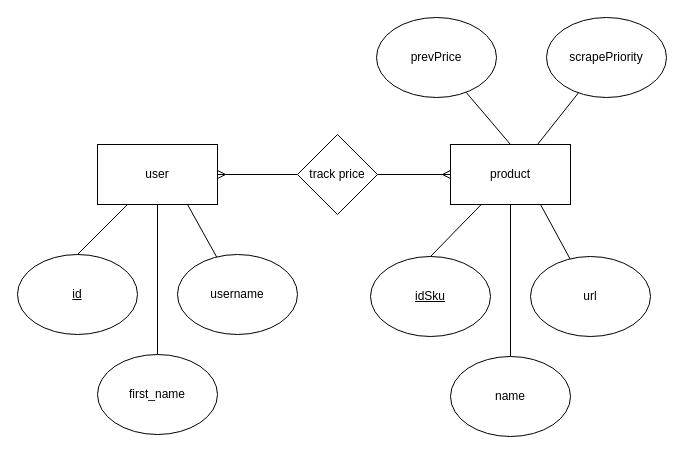
Above: daraz-bot/erd-.drawio in dinesh-58/draw.io-diagrams-storage (draw.io), before the change. Source tidied: cells renumbered, new cells numbered last; positions are measured from the earlier drawing's top-left corner, leaving out a move shared by most shapes. Both pictures are drawn from the tidied source at 100%, with x=0, y=0 at pixel (17, 17).
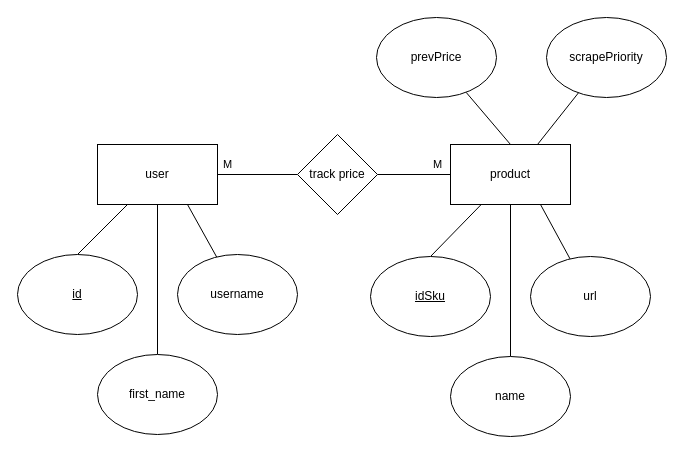
The same diagram, later.

Unchanged cells that the change refers to:
```xml
<mxCell id="3" value="user" style="rounded=0;whiteSpace=wrap;html=1;" parent="1" vertex="1">
  <mxGeometry x="80" y="127" width="120" height="60" as="geometry" />
</mxCell>
<mxCell id="10" value="&lt;div&gt;product&lt;/div&gt;" style="rounded=0;whiteSpace=wrap;html=1;" parent="1" vertex="1">
  <mxGeometry x="433" y="127" width="120" height="60" as="geometry" />
</mxCell>
<mxCell id="22" value="track price" style="rhombus;whiteSpace=wrap;html=1;" parent="1" vertex="1">
  <mxGeometry x="280" y="117" width="80" height="80" as="geometry" />
</mxCell>
```

The edit, as a diff of the source:
```diff
@@
-    <mxCell id="20" style="edgeStyle=orthogonalEdgeStyle;rounded=0;jettySize=auto;html=1;endArrow=ERmany;endFill=0;" parent="1" edge="1" source="22" target="3">
-      <mxGeometry relative="1" as="geometry" />
+    <mxCell id="20" value="M" style="edgeStyle=orthogonalEdgeStyle;rounded=0;jettySize=auto;html=1;endArrow=none;endFill=0;" parent="1" edge="1" source="22" target="3">
+      <mxGeometry x="0.75" y="-10" relative="1" as="geometry" />
     </mxCell>
-    <mxCell id="21" style="edgeStyle=orthogonalEdgeStyle;rounded=0;jettySize=auto;html=1;endArrow=ERmany;endFill=0;" parent="1" edge="1" source="22" target="10">
-      <mxGeometry relative="1" as="geometry" />
+    <mxCell id="21" value="M" style="edgeStyle=orthogonalEdgeStyle;rounded=0;jettySize=auto;html=1;endArrow=none;endFill=0;" parent="1" edge="1" source="22" target="10">
+      <mxGeometry x="0.64" y="10" relative="1" as="geometry" />
     </mxCell>
```
